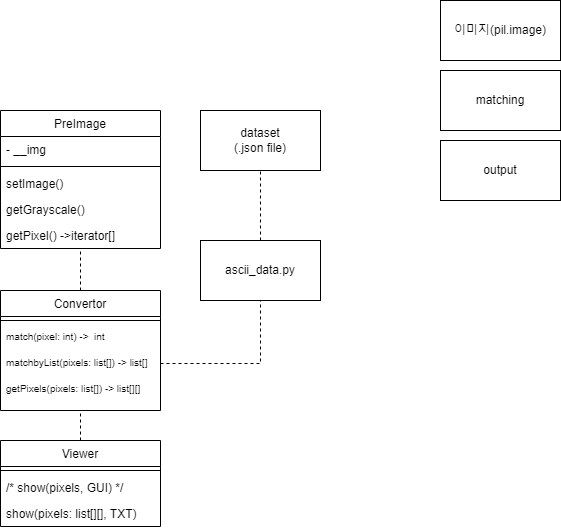
This is ascii_art.drawio.png from IT-ooth/ascii-art, a draw.io export, as it was before one commit. Source tidied: cells renumbered, new cells last; positions are measured from the earlier drawing's top-left corner, leaving out a move shared by most shapes.
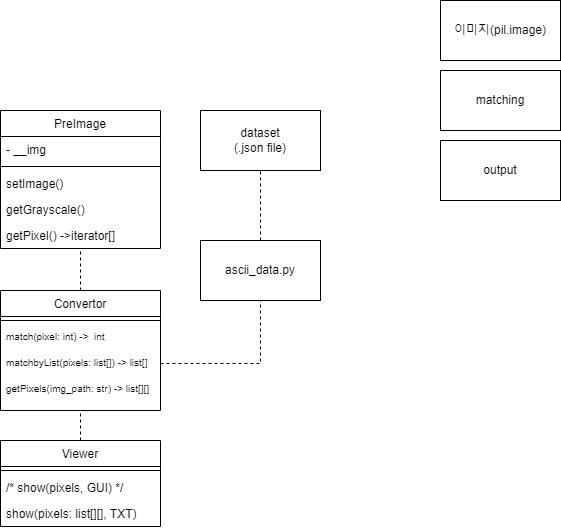
After the change.

Change to the diagram source:
```diff
@@ -44,7 +44,7 @@
     <mxCell id="15" value="matchbyList(pixels: list[]) -&gt; list[]" style="text;align=left;verticalAlign=top;spacingLeft=4;spacingRight=4;overflow=hidden;points=[[0,0.5],[1,0.5]];portConstraint=eastwest;fontSize=10;" parent="12" vertex="1">
       <mxGeometry y="60" width="160" height="26" as="geometry" />
     </mxCell>
-    <mxCell id="16" value="getPixels(pixels: list[]) -&gt; list[][]" style="text;align=left;verticalAlign=top;spacingLeft=4;spacingRight=4;overflow=hidden;fontSize=10;" parent="12" vertex="1">
+    <mxCell id="16" value="getPixels(img_path: str) -&gt; list[][]" style="text;align=left;verticalAlign=top;spacingLeft=4;spacingRight=4;overflow=hidden;fontSize=10;" parent="12" vertex="1">
       <mxGeometry y="86" width="160" height="26" as="geometry" />
     </mxCell>
     <mxCell id="17" style="endArrow=none;dashed=1;html=1;rounded=0;entryX=0.5;entryY=1;entryDx=0;entryDy=0;exitX=0.5;exitY=0;exitDx=0;exitDy=0;" parent="1" edge="1" source="12" target="2">
```
